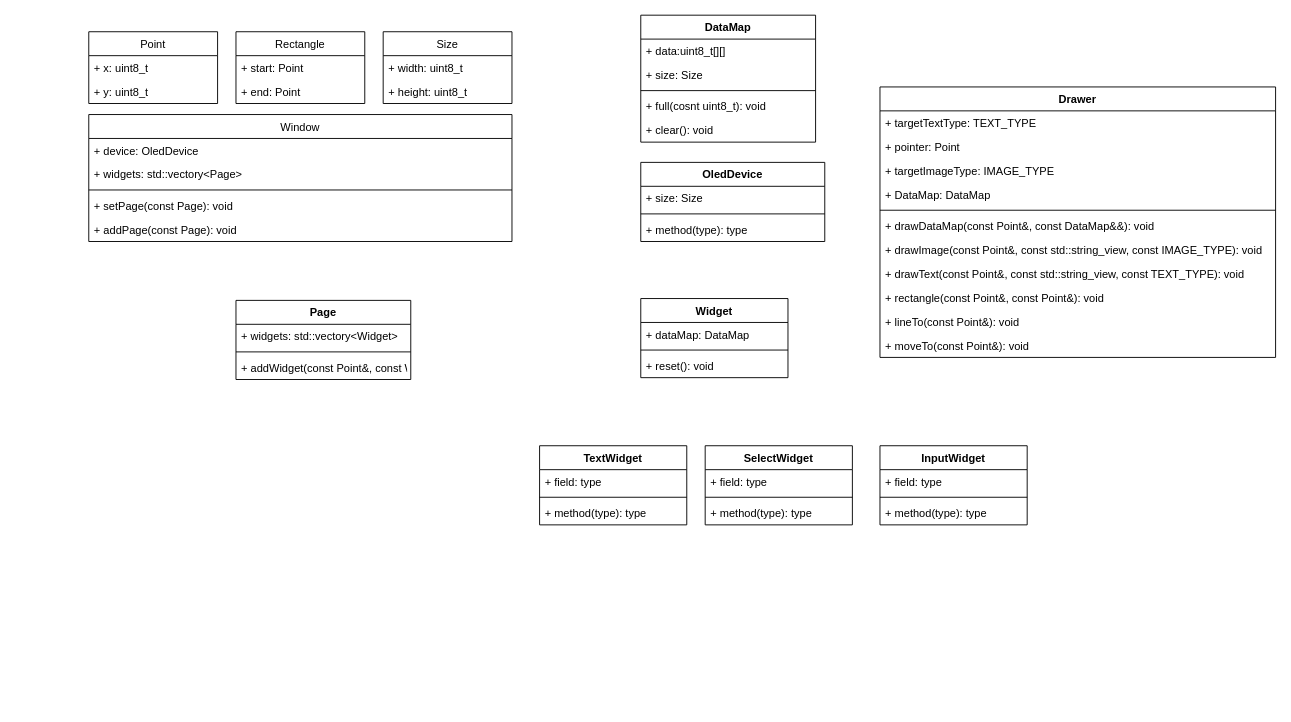
The draw.io diagram doc/class.drawio in Diam2023/ESP32-C3-IIC-OLED, before the edit. Source tidied: cells renumbered, new cells numbered last; positions are measured from the earlier drawing's top-left corner, leaving out a move shared by most shapes. Both pictures are drawn from the tidied source at 92%, with x=0, y=0 at pixel (88, 15).
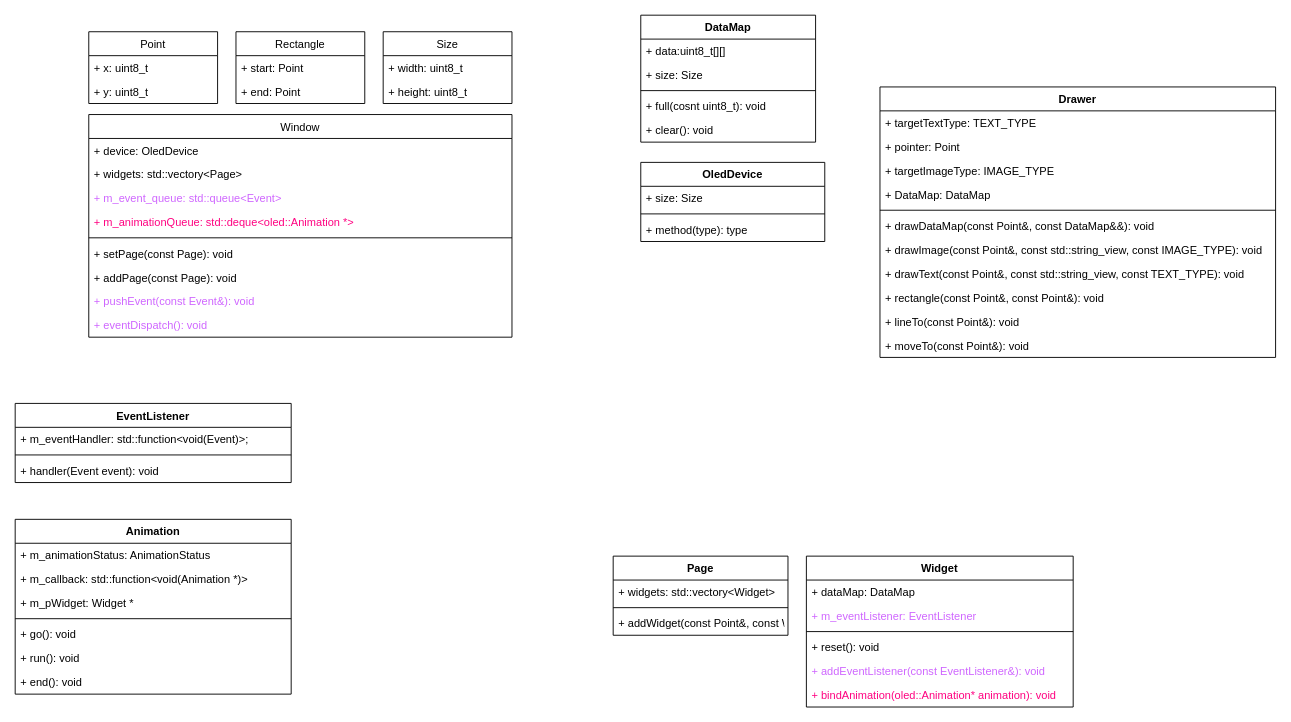
Above is the later version.

Diff of the diagram source:
```diff
@@
     <mxCell id="2" value="Window" style="swimlane;fontStyle=0;horizontal=1;startSize=26;fillColor=none;" parent="1" vertex="1">
-      <mxGeometry y="108" width="460" height="138" as="geometry" />
+      <mxGeometry y="108" width="460" height="242" as="geometry" />
     </mxCell>
@@
+    <mxCell id="59" value="+ m_event_queue: std::queue&lt;Event&gt;" style="text;strokeColor=none;fillColor=none;align=left;verticalAlign=top;spacingLeft=4;spacingRight=4;overflow=hidden;fontStyle=0;fontColor=#CF66FF;" parent="2" vertex="1">
+      <mxGeometry y="78" width="460" height="26" as="geometry" />
+    </mxCell>
+    <mxCell id="60" value="+ m_animationQueue: std::deque&lt;oled::Animation *&gt;" style="text;strokeColor=none;fillColor=none;align=left;verticalAlign=top;spacingLeft=4;spacingRight=4;overflow=hidden;fontStyle=0;fontColor=#FF0080;" parent="2" vertex="1">
+      <mxGeometry y="104" width="460" height="26" as="geometry" />
+    </mxCell>
     <mxCell id="5" style="line;strokeWidth=1;fillColor=none;align=left;verticalAlign=middle;spacingTop=-1;spacingLeft=3;spacingRight=3;labelPosition=right;" parent="2" vertex="1">
-      <mxGeometry y="78" width="460" height="8" as="geometry" />
+      <mxGeometry y="130" width="460" height="8" as="geometry" />
     </mxCell>
     <mxCell id="6" value="+ setPage(const Page): void" style="text;strokeColor=none;fillColor=none;align=left;verticalAlign=top;spacingLeft=4;spacingRight=4;overflow=hidden;" parent="2" vertex="1">
-      <mxGeometry y="86" width="460" height="26" as="geometry" />
+      <mxGeometry y="138" width="460" height="26" as="geometry" />
     </mxCell>
     <mxCell id="7" value="+ addPage(const Page): void" style="text;strokeColor=none;fillColor=none;align=left;verticalAlign=top;spacingLeft=4;spacingRight=4;overflow=hidden;" parent="2" vertex="1">
-      <mxGeometry y="112" width="460" height="26" as="geometry" />
+      <mxGeometry y="164" width="460" height="26" as="geometry" />
     </mxCell>
+    <mxCell id="61" value="+ pushEvent(const Event&amp;): void" style="text;strokeColor=none;fillColor=none;align=left;verticalAlign=top;spacingLeft=4;spacingRight=4;overflow=hidden;fontColor=#CF66FF;" parent="2" vertex="1">
+      <mxGeometry y="190" width="460" height="26" as="geometry" />
+    </mxCell>
+    <mxCell id="62" value="+ eventDispatch(): void" style="text;strokeColor=none;fillColor=none;align=left;verticalAlign=top;spacingLeft=4;spacingRight=4;overflow=hidden;fontColor=#CF66FF;" parent="2" vertex="1">
+      <mxGeometry y="216" width="460" height="26" as="geometry" />
+    </mxCell>
@@
     <mxCell id="20" value="Widget" style="swimlane;fontStyle=1;align=center;verticalAlign=top;horizontal=1;startSize=26;" parent="1" vertex="1">
-      <mxGeometry x="600" y="308" width="160" height="86" as="geometry" />
+      <mxGeometry x="780" y="588" width="290" height="164" as="geometry" />
     </mxCell>
     <mxCell id="21" value="+ dataMap: DataMap" style="text;strokeColor=none;fillColor=none;align=left;verticalAlign=top;spacingLeft=4;spacingRight=4;overflow=hidden;" parent="20" vertex="1">
-      <mxGeometry y="26" width="160" height="26" as="geometry" />
+      <mxGeometry y="26" width="290" height="26" as="geometry" />
     </mxCell>
+    <mxCell id="63" value="+ m_eventListener: EventListener&#10;" style="text;strokeColor=none;fillColor=none;align=left;verticalAlign=top;spacingLeft=4;spacingRight=4;overflow=hidden;fontColor=#CF66FF;" parent="20" vertex="1">
+      <mxGeometry y="52" width="290" height="26" as="geometry" />
+    </mxCell>
     <mxCell id="22" style="line;strokeWidth=1;fillColor=none;align=left;verticalAlign=middle;spacingTop=-1;spacingLeft=3;spacingRight=3;labelPosition=right;" parent="20" vertex="1">
-      <mxGeometry y="52" width="160" height="8" as="geometry" />
+      <mxGeometry y="78" width="290" height="8" as="geometry" />
     </mxCell>
     <mxCell id="23" value="+ reset(): void" style="text;strokeColor=none;fillColor=none;align=left;verticalAlign=top;spacingLeft=4;spacingRight=4;overflow=hidden;" parent="20" vertex="1">
-      <mxGeometry y="60" width="160" height="26" as="geometry" />
+      <mxGeometry y="86" width="290" height="26" as="geometry" />
     </mxCell>
+    <mxCell id="64" value="+ addEventListener(const EventListener&amp;): void" style="text;strokeColor=none;fillColor=none;align=left;verticalAlign=top;spacingLeft=4;spacingRight=4;overflow=hidden;fontColor=#CF66FF;" parent="20" vertex="1">
+      <mxGeometry y="112" width="290" height="26" as="geometry" />
+    </mxCell>
+    <mxCell id="65" value="+ bindAnimation(oled::Animation* animation): void" style="text;strokeColor=none;fillColor=none;align=left;verticalAlign=top;spacingLeft=4;spacingRight=4;overflow=hidden;fontColor=#FF0080;" parent="20" vertex="1">
+      <mxGeometry y="138" width="290" height="26" as="geometry" />
+    </mxCell>
     <mxCell id="24" value="Page" style="swimlane;fontStyle=1;align=center;verticalAlign=top;horizontal=1;startSize=26;" parent="1" vertex="1">
-      <mxGeometry x="160" y="310" width="190" height="86" as="geometry" />
+      <mxGeometry x="570" y="588" width="190" height="86" as="geometry" />
     </mxCell>
@@
-    <mxCell id="47" value="SelectWidget" style="swimlane;fontStyle=1;align=center;verticalAlign=top;horizontal=1;startSize=26;" parent="1" vertex="1">
-      <mxGeometry x="670" y="468" width="160" height="86" as="geometry" />
-    </mxCell>
-    <mxCell id="48" value="+ field: type" style="text;strokeColor=none;fillColor=none;align=left;verticalAlign=top;spacingLeft=4;spacingRight=4;overflow=hidden;" parent="47" vertex="1">
-      <mxGeometry y="26" width="160" height="26" as="geometry" />
-    </mxCell>
-    <mxCell id="49" style="line;strokeWidth=1;fillColor=none;align=left;verticalAlign=middle;spacingTop=-1;spacingLeft=3;spacingRight=3;labelPosition=right;" parent="47" vertex="1">
-      <mxGeometry y="52" width="160" height="8" as="geometry" />
-    </mxCell>
-    <mxCell id="50" value="+ method(type): type" style="text;strokeColor=none;fillColor=none;align=left;verticalAlign=top;spacingLeft=4;spacingRight=4;overflow=hidden;" parent="47" vertex="1">
-      <mxGeometry y="60" width="160" height="26" as="geometry" />
-    </mxCell>
-    <mxCell id="51" value="InputWidget" style="swimlane;fontStyle=1;align=center;verticalAlign=top;horizontal=1;startSize=26;" parent="1" vertex="1">
-      <mxGeometry x="860" y="468" width="160" height="86" as="geometry" />
-    </mxCell>
-    <mxCell id="52" value="+ field: type" style="text;strokeColor=none;fillColor=none;align=left;verticalAlign=top;spacingLeft=4;spacingRight=4;overflow=hidden;" parent="51" vertex="1">
-      <mxGeometry y="26" width="160" height="26" as="geometry" />
-    </mxCell>
-    <mxCell id="53" style="line;strokeWidth=1;fillColor=none;align=left;verticalAlign=middle;spacingTop=-1;spacingLeft=3;spacingRight=3;labelPosition=right;" parent="51" vertex="1">
-      <mxGeometry y="52" width="160" height="8" as="geometry" />
-    </mxCell>
-    <mxCell id="54" value="+ method(type): type" style="text;strokeColor=none;fillColor=none;align=left;verticalAlign=top;spacingLeft=4;spacingRight=4;overflow=hidden;" parent="51" vertex="1">
-      <mxGeometry y="60" width="160" height="26" as="geometry" />
-    </mxCell>
-    <mxCell id="55" value="TextWidget" style="swimlane;fontStyle=1;align=center;verticalAlign=top;horizontal=1;startSize=26;" parent="1" vertex="1">
-      <mxGeometry x="490" y="468" width="160" height="86" as="geometry" />
-    </mxCell>
-    <mxCell id="56" value="+ field: type" style="text;strokeColor=none;fillColor=none;align=left;verticalAlign=top;spacingLeft=4;spacingRight=4;overflow=hidden;" parent="55" vertex="1">
-      <mxGeometry y="26" width="160" height="26" as="geometry" />
-    </mxCell>
-    <mxCell id="57" style="line;strokeWidth=1;fillColor=none;align=left;verticalAlign=middle;spacingTop=-1;spacingLeft=3;spacingRight=3;labelPosition=right;" parent="55" vertex="1">
-      <mxGeometry y="52" width="160" height="8" as="geometry" />
-    </mxCell>
-    <mxCell id="58" value="+ method(type): type" style="text;strokeColor=none;fillColor=none;align=left;verticalAlign=top;spacingLeft=4;spacingRight=4;overflow=hidden;" parent="55" vertex="1">
-      <mxGeometry y="60" width="160" height="26" as="geometry" />
-    </mxCell>
+    <mxCell id="66" value="EventListener" style="swimlane;fontStyle=1;align=center;verticalAlign=top;horizontal=1;startSize=26;" parent="1" vertex="1">
+      <mxGeometry x="-80" y="422" width="300" height="86" as="geometry" />
+    </mxCell>
+    <mxCell id="67" value="+ m_eventHandler: std::function&lt;void(Event)&gt;;" style="text;strokeColor=none;fillColor=none;align=left;verticalAlign=top;spacingLeft=4;spacingRight=4;overflow=hidden;" parent="66" vertex="1">
+      <mxGeometry y="26" width="300" height="26" as="geometry" />
+    </mxCell>
+    <mxCell id="68" style="line;strokeWidth=1;fillColor=none;align=left;verticalAlign=middle;spacingTop=-1;spacingLeft=3;spacingRight=3;labelPosition=right;" parent="66" vertex="1">
+      <mxGeometry y="52" width="300" height="8" as="geometry" />
+    </mxCell>
+    <mxCell id="69" value="+ handler(Event event): void" style="text;strokeColor=none;fillColor=none;align=left;verticalAlign=top;spacingLeft=4;spacingRight=4;overflow=hidden;" parent="66" vertex="1">
+      <mxGeometry y="60" width="300" height="26" as="geometry" />
+    </mxCell>
+    <mxCell id="70" value="Animation" style="swimlane;fontStyle=1;align=center;verticalAlign=top;horizontal=1;startSize=26;" parent="1" vertex="1">
+      <mxGeometry x="-80" y="548" width="300" height="190" as="geometry" />
+    </mxCell>
+    <mxCell id="71" value="+ m_animationStatus: AnimationStatus" style="text;strokeColor=none;fillColor=none;align=left;verticalAlign=top;spacingLeft=4;spacingRight=4;overflow=hidden;" parent="70" vertex="1">
+      <mxGeometry y="26" width="300" height="26" as="geometry" />
+    </mxCell>
+    <mxCell id="72" value="+ m_callback: std::function&lt;void(Animation *)&gt;" style="text;strokeColor=none;fillColor=none;align=left;verticalAlign=top;spacingLeft=4;spacingRight=4;overflow=hidden;" parent="70" vertex="1">
+      <mxGeometry y="52" width="300" height="26" as="geometry" />
+    </mxCell>
+    <mxCell id="73" value="+ m_pWidget: Widget *" style="text;strokeColor=none;fillColor=none;align=left;verticalAlign=top;spacingLeft=4;spacingRight=4;overflow=hidden;" parent="70" vertex="1">
+      <mxGeometry y="78" width="300" height="26" as="geometry" />
+    </mxCell>
+    <mxCell id="74" style="line;strokeWidth=1;fillColor=none;align=left;verticalAlign=middle;spacingTop=-1;spacingLeft=3;spacingRight=3;labelPosition=right;" parent="70" vertex="1">
+      <mxGeometry y="104" width="300" height="8" as="geometry" />
+    </mxCell>
+    <mxCell id="75" value="+ go(): void" style="text;strokeColor=none;fillColor=none;align=left;verticalAlign=top;spacingLeft=4;spacingRight=4;overflow=hidden;" parent="70" vertex="1">
+      <mxGeometry y="112" width="300" height="26" as="geometry" />
+    </mxCell>
+    <mxCell id="76" value="+ run(): void" style="text;strokeColor=none;fillColor=none;align=left;verticalAlign=top;spacingLeft=4;spacingRight=4;overflow=hidden;" parent="70" vertex="1">
+      <mxGeometry y="138" width="300" height="26" as="geometry" />
+    </mxCell>
+    <mxCell id="77" value="+ end(): void" style="text;strokeColor=none;fillColor=none;align=left;verticalAlign=top;spacingLeft=4;spacingRight=4;overflow=hidden;" parent="70" vertex="1">
+      <mxGeometry y="164" width="300" height="26" as="geometry" />
+    </mxCell>
```
